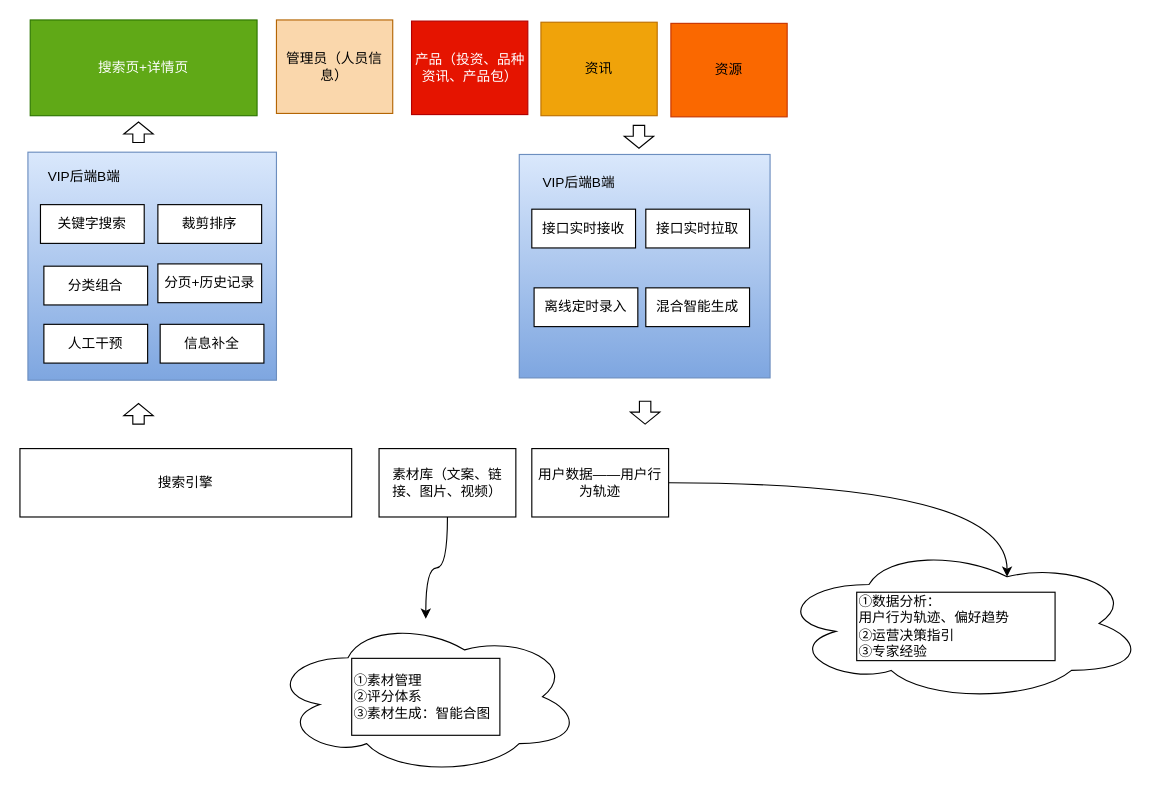
The draw.io diagram 综合搜索.drawio in zengnm/diagrams, before the edit. Source tidied: cells renumbered, new cells numbered last; positions are measured from the earlier drawing's top-left corner, leaving out a move shared by most shapes. Both pictures are drawn from the tidied source at 114%, with x=0, y=0 at pixel (19, 19).
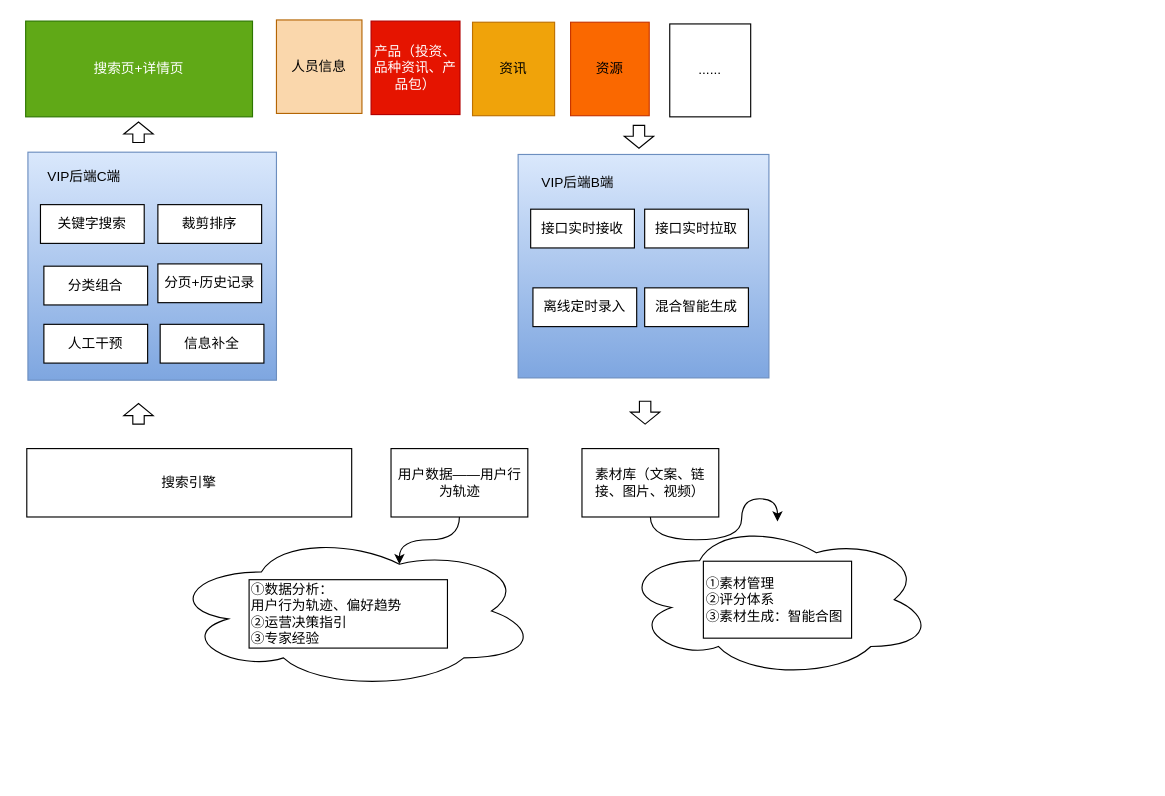
Above is the later version.

Commit message:
更新综合搜索.drawio

What changed in the source:
```diff
@@
     <mxCell id="2" value="搜索页+详情页" style="rounded=0;whiteSpace=wrap;html=1;fillColor=#60a917;strokeColor=#2D7600;fontColor=#ffffff;" parent="1" vertex="1">
-      <mxGeometry x="9" width="199" height="84" as="geometry" />
+      <mxGeometry x="5" y="1" width="199" height="84" as="geometry" />
     </mxCell>
@@
     <mxCell id="4" value="搜索引擎" style="rounded=0;whiteSpace=wrap;html=1;" parent="1" vertex="1">
-      <mxGeometry y="376" width="291" height="60" as="geometry" />
+      <mxGeometry x="6" y="376" width="285" height="60" as="geometry" />
     </mxCell>
     <mxCell id="5" style="rounded=0;whiteSpace=wrap;html=1;fillColor=#dae8fc;gradientColor=#7ea6e0;strokeColor=#6c8ebf;" parent="1" vertex="1">
-      <mxGeometry x="438" y="118" width="220" height="196" as="geometry" />
+      <mxGeometry x="437" y="118" width="220" height="196" as="geometry" />
     </mxCell>
@@
-    <mxCell id="7" value="VIP后端B端" style="text;html=1;strokeColor=none;fillColor=none;align=center;verticalAlign=middle;whiteSpace=wrap;rounded=0;" parent="1" vertex="1">
+    <mxCell id="7" value="VIP后端C端" style="text;html=1;strokeColor=none;fillColor=none;align=center;verticalAlign=middle;whiteSpace=wrap;rounded=0;" parent="1" vertex="1">
       <mxGeometry x="13" y="123" width="87" height="30" as="geometry" />
     </mxCell>
@@
     <mxCell id="13" value="VIP后端B端" style="text;html=1;strokeColor=none;fillColor=none;align=center;verticalAlign=middle;whiteSpace=wrap;rounded=0;" parent="1" vertex="1">
-      <mxGeometry x="449" y="128" width="83" height="30" as="geometry" />
+      <mxGeometry x="448" y="128" width="83" height="30" as="geometry" />
     </mxCell>
     <mxCell id="14" value="接口实时接收" style="rounded=0;whiteSpace=wrap;html=1;" parent="1" vertex="1">
-      <mxGeometry x="449" y="166" width="91" height="34" as="geometry" />
+      <mxGeometry x="448" y="166" width="91" height="34" as="geometry" />
     </mxCell>
     <mxCell id="15" value="离线定时录入" style="rounded=0;whiteSpace=wrap;html=1;" parent="1" vertex="1">
-      <mxGeometry x="451" y="235" width="91" height="34" as="geometry" />
+      <mxGeometry x="450" y="235" width="91" height="34" as="geometry" />
     </mxCell>
     <mxCell id="16" value="接口实时拉取" style="rounded=0;whiteSpace=wrap;html=1;" parent="1" vertex="1">
-      <mxGeometry x="549" y="166" width="91" height="34" as="geometry" />
+      <mxGeometry x="548" y="166" width="91" height="34" as="geometry" />
     </mxCell>
     <mxCell id="17" value="混合智能生成" style="rounded=0;whiteSpace=wrap;html=1;" parent="1" vertex="1">
-      <mxGeometry x="549" y="235" width="91" height="34" as="geometry" />
+      <mxGeometry x="548" y="235" width="91" height="34" as="geometry" />
     </mxCell>
-    <mxCell id="18" value="管理员（人员信息）" style="rounded=0;whiteSpace=wrap;html=1;fillColor=#fad7ac;strokeColor=#b46504;" parent="1" vertex="1">
-      <mxGeometry x="225" width="102" height="82" as="geometry" />
+    <mxCell id="18" value="人员信息" style="rounded=0;whiteSpace=wrap;html=1;fillColor=#fad7ac;strokeColor=#b46504;" parent="1" vertex="1">
+      <mxGeometry x="225" width="75" height="82" as="geometry" />
     </mxCell>
     <mxCell id="19" value="产品（投资、品种资讯、产品包）" style="rounded=0;whiteSpace=wrap;html=1;fillColor=#e51400;fontColor=#ffffff;strokeColor=#B20000;" parent="1" vertex="1">
-      <mxGeometry x="343.5" y="1" width="102" height="82" as="geometry" />
+      <mxGeometry x="308" y="1" width="78" height="82" as="geometry" />
     </mxCell>
     <mxCell id="20" value="资讯" style="rounded=0;whiteSpace=wrap;html=1;fillColor=#f0a30a;fontColor=#000000;strokeColor=#BD7000;" parent="1" vertex="1">
-      <mxGeometry x="457" y="2" width="102" height="82" as="geometry" />
+      <mxGeometry x="397" y="2" width="72" height="82" as="geometry" />
     </mxCell>
     <mxCell id="21" value="资源" style="rounded=0;whiteSpace=wrap;html=1;fillColor=#fa6800;fontColor=#000000;strokeColor=#C73500;" parent="1" vertex="1">
-      <mxGeometry x="571" y="3" width="102" height="82" as="geometry" />
+      <mxGeometry x="483" y="2" width="69" height="82" as="geometry" />
     </mxCell>
@@
     <mxCell id="23" value="素材库（文案、链接、图片、视频）" style="rounded=0;whiteSpace=wrap;html=1;" parent="1" vertex="1">
-      <mxGeometry x="315" y="376" width="120" height="60" as="geometry" />
+      <mxGeometry x="493" y="376" width="120" height="60" as="geometry" />
     </mxCell>
@@
     <mxCell id="25" value="用户数据——用户行为轨迹" style="rounded=0;whiteSpace=wrap;html=1;" parent="1" vertex="1">
-      <mxGeometry x="449" y="376" width="120" height="60" as="geometry" />
+      <mxGeometry x="325.5" y="376" width="120" height="60" as="geometry" />
     </mxCell>
     <mxCell id="26" style="ellipse;shape=cloud;whiteSpace=wrap;html=1;align=left;" parent="1" vertex="1">
-      <mxGeometry x="664" y="461" width="323" height="137" as="geometry" />
+      <mxGeometry x="131" y="450" width="323" height="137" as="geometry" />
     </mxCell>
     <mxCell id="27" value="&lt;span style=&quot;&quot;&gt;①数据分析：&lt;/span&gt;&lt;br style=&quot;border-color: var(--border-color);&quot;&gt;&lt;span style=&quot;&quot;&gt;用户行为轨迹、偏好趋势&lt;/span&gt;&lt;br style=&quot;border-color: var(--border-color);&quot;&gt;&lt;span style=&quot;&quot;&gt;②运营决策指引&lt;br&gt;③专家经验&lt;br&gt;&lt;/span&gt;" style="rounded=0;whiteSpace=wrap;html=1;align=left;" parent="1" vertex="1">
-      <mxGeometry x="734" y="502" width="174" height="60" as="geometry" />
+      <mxGeometry x="201" y="491" width="174" height="60" as="geometry" />
     </mxCell>
     <mxCell id="28" style="ellipse;shape=cloud;whiteSpace=wrap;html=1;" parent="1" vertex="1">
-      <mxGeometry x="219.5" y="525.2" width="273" height="137" as="geometry" />
+      <mxGeometry x="528" y="440" width="273" height="137" as="geometry" />
     </mxCell>
     <mxCell id="29" value="①素材管理&lt;br&gt;②评分体系&lt;br&gt;③素材生成：智能合图" style="rounded=0;whiteSpace=wrap;html=1;align=left;" parent="1" vertex="1">
-      <mxGeometry x="291" y="560" width="130" height="67.5" as="geometry" />
+      <mxGeometry x="599.5" y="474.8" width="130" height="67.5" as="geometry" />
     </mxCell>
@@
+    <mxCell id="34" value="......" style="rounded=0;whiteSpace=wrap;html=1;" parent="1" vertex="1">
+      <mxGeometry x="570" y="3.5" width="71" height="81.5" as="geometry" />
+    </mxCell>
```
